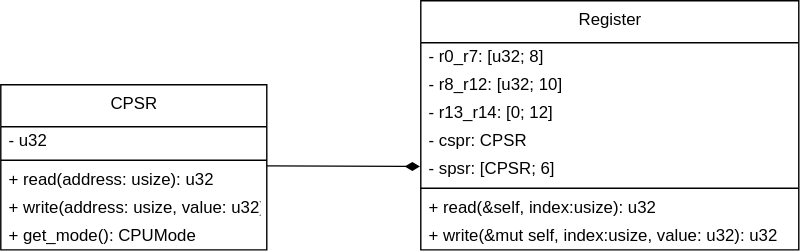
Before: images/class.drawio.svg, a diagram exported from draw.io (kk127/rust-gba). Source tidied: cells renumbered, new cells last; positions are measured from the earlier drawing's top-left corner, leaving out a move shared by most shapes.
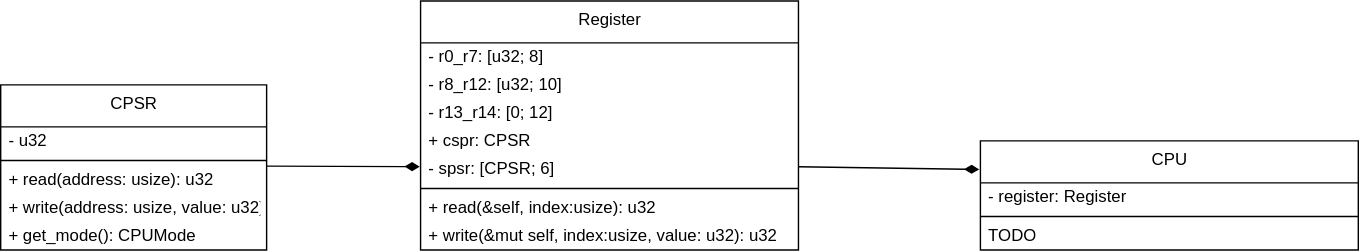
Later version of the same file.

The edit, as a diff of the source:
```diff
@@ -23,7 +23,7 @@
     <mxCell id="8" value="Register" style="swimlane;fontStyle=0;align=center;verticalAlign=top;horizontal=1;startSize=30;html=1;fillColor=none;gradientColor=#ffffff;" parent="1" vertex="1">
       <mxGeometry x="300" width="270" height="178" as="geometry" />
     </mxCell>
-    <mxCell id="9" value="&lt;font color=&quot;#000000&quot;&gt;- r0_r7: [u32; 8]&lt;/font&gt;" style="text;html=1;strokeColor=none;fillColor=none;align=left;verticalAlign=middle;spacingLeft=4;spacingRight=4;overflow=hidden;fontColor=#F0F0F0;" parent="8" vertex="1">
+    <mxCell id="9" value="- r0_r7: [u32; 8]" style="text;html=1;strokeColor=none;fillColor=none;align=left;verticalAlign=middle;spacingLeft=4;spacingRight=4;overflow=hidden;" parent="8" vertex="1">
       <mxGeometry y="30" width="270" height="20" as="geometry" />
     </mxCell>
     <mxCell id="10" value="- r8_r12: [u32; 10]" style="text;html=1;strokeColor=none;fillColor=none;align=left;verticalAlign=middle;spacingLeft=4;spacingRight=4;overflow=hidden;" parent="8" vertex="1">
@@ -32,7 +32,7 @@
     <mxCell id="11" value="- r13_r14: [0; 12]" style="text;html=1;strokeColor=none;fillColor=none;align=left;verticalAlign=middle;spacingLeft=4;spacingRight=4;overflow=hidden;" parent="8" vertex="1">
       <mxGeometry y="70" width="270" height="20" as="geometry" />
     </mxCell>
-    <mxCell id="12" value="- cspr: CPSR" style="text;html=1;strokeColor=none;fillColor=none;align=left;verticalAlign=middle;spacingLeft=4;spacingRight=4;overflow=hidden;" parent="8" vertex="1">
+    <mxCell id="12" value="+ cspr: CPSR" style="text;html=1;strokeColor=none;fillColor=none;align=left;verticalAlign=middle;spacingLeft=4;spacingRight=4;overflow=hidden;" parent="8" vertex="1">
       <mxGeometry y="90" width="270" height="20" as="geometry" />
     </mxCell>
     <mxCell id="13" value="- spsr: [CPSR; 6]" style="text;html=1;strokeColor=none;fillColor=none;align=left;verticalAlign=middle;spacingLeft=4;spacingRight=4;overflow=hidden;points=[[0,0.5],[1,0.5]];portConstraint=eastwest;" parent="8" vertex="1">
@@ -52,5 +52,22 @@
         <mxPoint x="190" y="118" as="targetPoint" />
       </mxGeometry>
     </mxCell>
+    <mxCell id="18" value="CPU" style="swimlane;fontStyle=0;align=center;verticalAlign=top;horizontal=1;startSize=30;html=1;fillColor=none;gradientColor=#ffffff;" parent="1" vertex="1">
+      <mxGeometry x="700" y="100" width="270" height="78" as="geometry" />
+    </mxCell>
+    <mxCell id="19" value="- register: Register" style="text;html=1;strokeColor=none;fillColor=none;align=left;verticalAlign=middle;spacingLeft=4;spacingRight=4;overflow=hidden;" parent="18" vertex="1">
+      <mxGeometry y="30" width="270" height="20" as="geometry" />
+    </mxCell>
+    <mxCell id="20" style="line;strokeWidth=1;fillColor=none;align=left;verticalAlign=middle;spacingTop=-1;spacingLeft=3;spacingRight=3;labelPosition=right;" parent="18" vertex="1">
+      <mxGeometry y="50" width="270" height="8" as="geometry" />
+    </mxCell>
+    <mxCell id="21" value="TODO" style="text;html=1;strokeColor=none;fillColor=none;align=left;verticalAlign=middle;spacingLeft=4;spacingRight=4;overflow=hidden;" parent="18" vertex="1">
+      <mxGeometry y="58" width="270" height="20" as="geometry" />
+    </mxCell>
+    <mxCell id="22" style="endArrow=none;startArrow=diamondThin;endFill=0;startFill=1;html=1;verticalAlign=bottom;labelBackgroundColor=none;strokeWidth=1;startSize=8;endSize=8;fontColor=#FFFFFF;exitX=-0.003;exitY=0.261;exitDx=0;exitDy=0;exitPerimeter=0;" parent="1" edge="1" source="18">
+      <mxGeometry relative="1" as="geometry">
+        <mxPoint x="570" y="118.4" as="targetPoint" />
+      </mxGeometry>
+    </mxCell>
   </root>
 </mxGraphModel>
```
